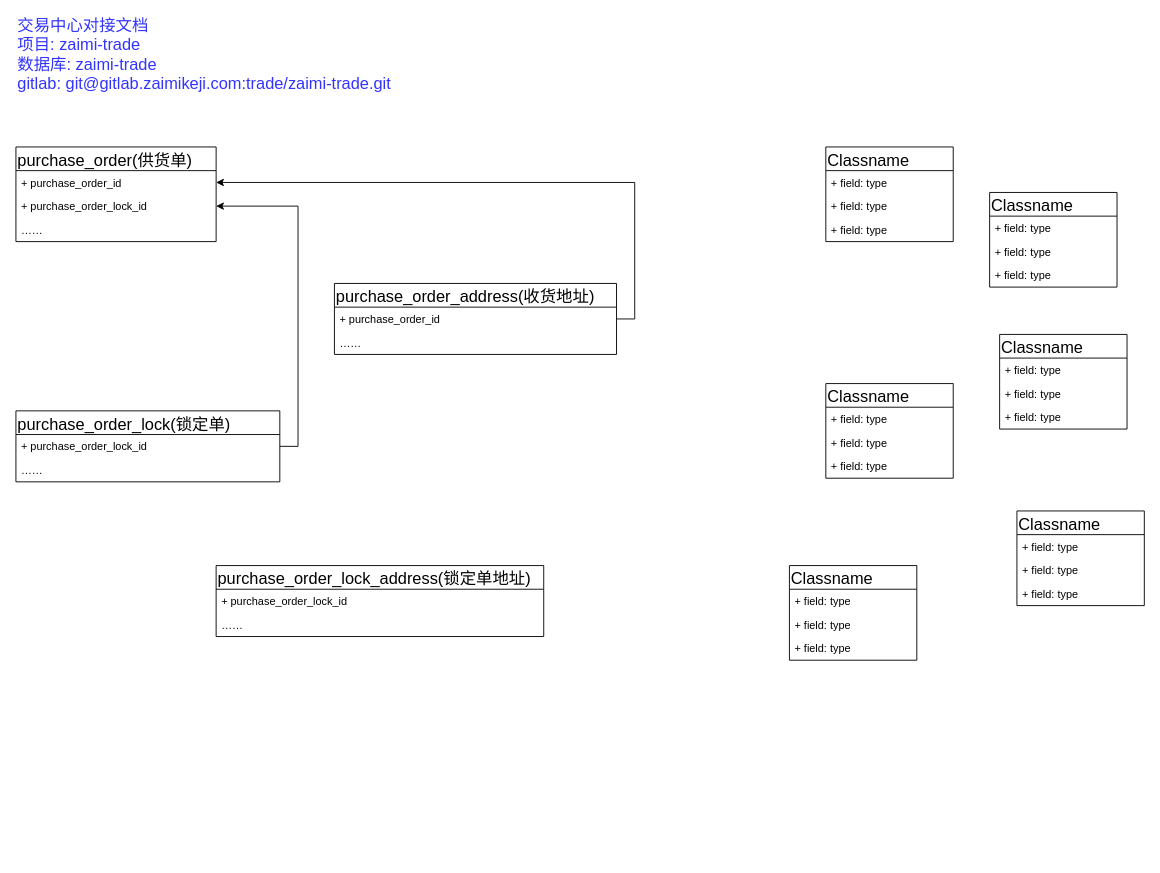
Before: zaimi-trade.drawio in iswear/draw.io, a draw.io diagram. Source tidied: cells renumbered, new cells numbered last; positions are measured from the earlier drawing's top-left corner, leaving out a move shared by most shapes. Both pictures are drawn from the tidied source at 91%, with x=0, y=0 at pixel (15, 56).
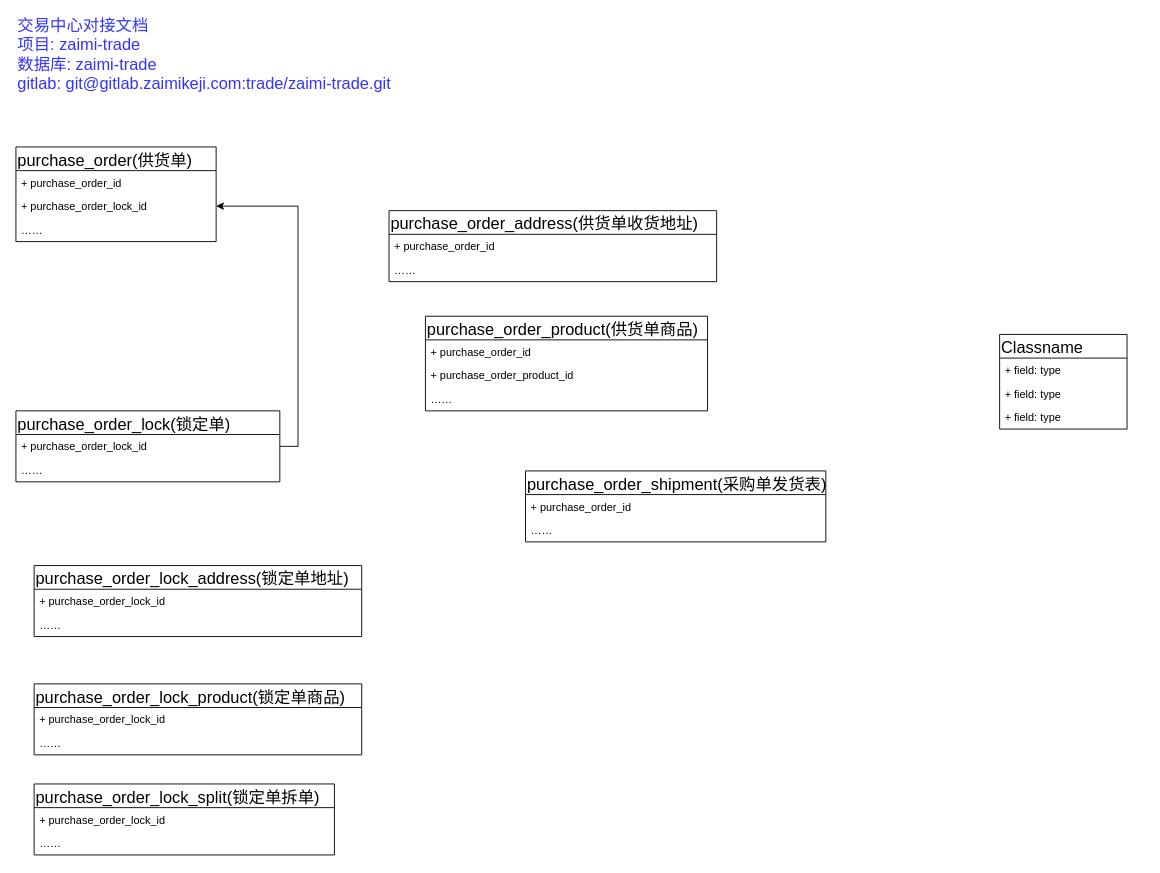
After the change.

Unchanged cells that the change refers to:
```xml
<mxCell id="4" value="+ purchase_order_id" style="text;strokeColor=none;fillColor=none;align=left;verticalAlign=top;spacingLeft=4;spacingRight=4;overflow=hidden;points=[[0,0.5],[1,0.5]];portConstraint=eastwest;" parent="3" vertex="1">
  <mxGeometry y="26" width="220" height="26" as="geometry" />
</mxCell>
```

Change to the diagram source:
```diff
@@
     <mxCell id="7" value="purchase_order_lock_address(锁定单地址)" style="swimlane;fontStyle=0;horizontal=1;startSize=26;fillColor=none;fontSize=18;fontColor=#000000;align=left;" parent="1" vertex="1">
-      <mxGeometry x="220" y="560" width="360" height="78" as="geometry" />
+      <mxGeometry x="20" y="560" width="360" height="78" as="geometry" />
     </mxCell>
@@
-    <mxCell id="10" value="Classname" style="swimlane;fontStyle=0;horizontal=1;startSize=26;fillColor=none;fontSize=18;fontColor=#000000;align=left;" parent="1" vertex="1">
-      <mxGeometry x="890" y="360" width="140" height="104" as="geometry" />
+    <mxCell id="10" value="purchase_order_lock_split(锁定单拆单)" style="swimlane;fontStyle=0;horizontal=1;startSize=26;fillColor=none;fontSize=18;fontColor=#000000;align=left;" parent="1" vertex="1">
+      <mxGeometry x="20" y="800" width="330" height="78" as="geometry" />
     </mxCell>
-    <mxCell id="11" value="+ field: type" style="text;strokeColor=none;fillColor=none;align=left;verticalAlign=top;spacingLeft=4;spacingRight=4;overflow=hidden;" parent="10" vertex="1">
-      <mxGeometry y="26" width="140" height="26" as="geometry" />
+    <mxCell id="11" value="+ purchase_order_lock_id" style="text;strokeColor=none;fillColor=none;align=left;verticalAlign=top;spacingLeft=4;spacingRight=4;overflow=hidden;" parent="10" vertex="1">
+      <mxGeometry y="26" width="330" height="26" as="geometry" />
     </mxCell>
-    <mxCell id="12" value="+ field: type" style="text;strokeColor=none;fillColor=none;align=left;verticalAlign=top;spacingLeft=4;spacingRight=4;overflow=hidden;" parent="10" vertex="1">
-      <mxGeometry y="52" width="140" height="26" as="geometry" />
-    </mxCell>
-    <mxCell id="13" value="+ field: type" style="text;strokeColor=none;fillColor=none;align=left;verticalAlign=top;spacingLeft=4;spacingRight=4;overflow=hidden;" parent="10" vertex="1">
-      <mxGeometry y="78" width="140" height="26" as="geometry" />
-    </mxCell>
+    <mxCell id="42" value="……" style="text;strokeColor=none;fillColor=none;align=left;verticalAlign=top;spacingLeft=4;spacingRight=4;overflow=hidden;" parent="10" vertex="1">
+      <mxGeometry y="52" width="330" height="26" as="geometry" />
+    </mxCell>
-    <mxCell id="14" value="Classname" style="swimlane;fontStyle=0;horizontal=1;startSize=26;fillColor=none;fontSize=18;fontColor=#000000;align=left;" parent="1" vertex="1">
-      <mxGeometry x="1100" y="500" width="140" height="104" as="geometry" />
+    <mxCell id="14" value="purchase_order_address(供货单收货地址)" style="swimlane;fontStyle=0;horizontal=1;startSize=26;fillColor=none;fontSize=18;fontColor=#000000;align=left;" parent="1" vertex="1">
+      <mxGeometry x="410" y="170" width="360" height="78" as="geometry" />
     </mxCell>
-    <mxCell id="15" value="+ field: type" style="text;strokeColor=none;fillColor=none;align=left;verticalAlign=top;spacingLeft=4;spacingRight=4;overflow=hidden;" parent="14" vertex="1">
-      <mxGeometry y="26" width="140" height="26" as="geometry" />
+    <mxCell id="15" value="+ purchase_order_id" style="text;strokeColor=none;fillColor=none;align=left;verticalAlign=top;spacingLeft=4;spacingRight=4;overflow=hidden;" parent="14" vertex="1">
+      <mxGeometry y="26" width="360" height="26" as="geometry" />
     </mxCell>
-    <mxCell id="16" value="+ field: type" style="text;strokeColor=none;fillColor=none;align=left;verticalAlign=top;spacingLeft=4;spacingRight=4;overflow=hidden;" parent="14" vertex="1">
-      <mxGeometry y="52" width="140" height="26" as="geometry" />
+    <mxCell id="16" value="……" style="text;strokeColor=none;fillColor=none;align=left;verticalAlign=top;spacingLeft=4;spacingRight=4;overflow=hidden;" parent="14" vertex="1">
+      <mxGeometry y="52" width="360" height="26" as="geometry" />
     </mxCell>
-    <mxCell id="17" value="+ field: type" style="text;strokeColor=none;fillColor=none;align=left;verticalAlign=top;spacingLeft=4;spacingRight=4;overflow=hidden;" parent="14" vertex="1">
-      <mxGeometry y="78" width="140" height="26" as="geometry" />
-    </mxCell>
-    <mxCell id="18" value="purchase_order_address(收货地址)" style="swimlane;fontStyle=0;horizontal=1;startSize=26;fillColor=none;fontSize=18;fontColor=#000000;align=left;" parent="1" vertex="1">
-      <mxGeometry x="350" y="250" width="310" height="78" as="geometry" />
-    </mxCell>
-    <mxCell id="19" value="+ purchase_order_id" style="text;strokeColor=none;fillColor=none;align=left;verticalAlign=top;spacingLeft=4;spacingRight=4;overflow=hidden;points=[[0,0.5],[1,0.5]];portConstraint=eastwest;" parent="18" vertex="1">
-      <mxGeometry y="26" width="310" height="26" as="geometry" />
-    </mxCell>
-    <mxCell id="20" value="……" style="text;strokeColor=none;fillColor=none;align=left;verticalAlign=top;spacingLeft=4;spacingRight=4;overflow=hidden;" parent="18" vertex="1">
-      <mxGeometry y="52" width="310" height="26" as="geometry" />
-    </mxCell>
-    <mxCell id="21" value="Classname" style="swimlane;fontStyle=0;horizontal=1;startSize=26;fillColor=none;fontSize=18;fontColor=#000000;align=left;" parent="1" vertex="1">
-      <mxGeometry x="890" y="100" width="140" height="104" as="geometry" />
+    <mxCell id="21" value="purchase_order_product(供货单商品)" style="swimlane;fontStyle=0;horizontal=1;startSize=26;fillColor=none;fontSize=18;fontColor=#000000;align=left;" parent="1" vertex="1">
+      <mxGeometry x="450" y="286" width="310" height="104" as="geometry" />
     </mxCell>
-    <mxCell id="22" value="+ field: type" style="text;strokeColor=none;fillColor=none;align=left;verticalAlign=top;spacingLeft=4;spacingRight=4;overflow=hidden;" parent="21" vertex="1">
-      <mxGeometry y="26" width="140" height="26" as="geometry" />
+    <mxCell id="22" value="+ purchase_order_id" style="text;strokeColor=none;fillColor=none;align=left;verticalAlign=top;spacingLeft=4;spacingRight=4;overflow=hidden;" parent="21" vertex="1">
+      <mxGeometry y="26" width="310" height="26" as="geometry" />
     </mxCell>
-    <mxCell id="23" value="+ field: type" style="text;strokeColor=none;fillColor=none;align=left;verticalAlign=top;spacingLeft=4;spacingRight=4;overflow=hidden;" parent="21" vertex="1">
-      <mxGeometry y="52" width="140" height="26" as="geometry" />
-    </mxCell>
-    <mxCell id="24" value="+ field: type" style="text;strokeColor=none;fillColor=none;align=left;verticalAlign=top;spacingLeft=4;spacingRight=4;overflow=hidden;" parent="21" vertex="1">
-      <mxGeometry y="78" width="140" height="26" as="geometry" />
-    </mxCell>
+    <mxCell id="43" value="+ purchase_order_product_id" style="text;strokeColor=none;fillColor=none;align=left;verticalAlign=top;spacingLeft=4;spacingRight=4;overflow=hidden;" parent="21" vertex="1">
+      <mxGeometry y="52" width="310" height="26" as="geometry" />
+    </mxCell>
+    <mxCell id="44" value="……" style="text;strokeColor=none;fillColor=none;align=left;verticalAlign=top;spacingLeft=4;spacingRight=4;overflow=hidden;" parent="21" vertex="1">
+      <mxGeometry y="78" width="310" height="26" as="geometry" />
+    </mxCell>
@@
-    <mxCell id="28" value="Classname" style="swimlane;fontStyle=0;horizontal=1;startSize=26;fillColor=none;fontSize=18;fontColor=#000000;align=left;" parent="1" vertex="1">
-      <mxGeometry x="850" y="560" width="140" height="104" as="geometry" />
+    <mxCell id="28" value="purchase_order_lock_product(锁定单商品)" style="swimlane;fontStyle=0;horizontal=1;startSize=26;fillColor=none;fontSize=18;fontColor=#000000;align=left;" parent="1" vertex="1">
+      <mxGeometry x="20" y="690" width="360" height="78" as="geometry" />
     </mxCell>
-    <mxCell id="29" value="+ field: type" style="text;strokeColor=none;fillColor=none;align=left;verticalAlign=top;spacingLeft=4;spacingRight=4;overflow=hidden;" parent="28" vertex="1">
-      <mxGeometry y="26" width="140" height="26" as="geometry" />
+    <mxCell id="29" value="+ purchase_order_lock_id" style="text;strokeColor=none;fillColor=none;align=left;verticalAlign=top;spacingLeft=4;spacingRight=4;overflow=hidden;" parent="28" vertex="1">
+      <mxGeometry y="26" width="360" height="26" as="geometry" />
     </mxCell>
-    <mxCell id="30" value="+ field: type" style="text;strokeColor=none;fillColor=none;align=left;verticalAlign=top;spacingLeft=4;spacingRight=4;overflow=hidden;" parent="28" vertex="1">
-      <mxGeometry y="52" width="140" height="26" as="geometry" />
-    </mxCell>
-    <mxCell id="31" value="+ field: type" style="text;strokeColor=none;fillColor=none;align=left;verticalAlign=top;spacingLeft=4;spacingRight=4;overflow=hidden;" parent="28" vertex="1">
-      <mxGeometry y="78" width="140" height="26" as="geometry" />
-    </mxCell>
+    <mxCell id="45" value="……" style="text;strokeColor=none;fillColor=none;align=left;verticalAlign=top;spacingLeft=4;spacingRight=4;overflow=hidden;" parent="28" vertex="1">
+      <mxGeometry y="52" width="360" height="26" as="geometry" />
+    </mxCell>
@@
-    <mxCell id="36" value="Classname" style="swimlane;fontStyle=0;horizontal=1;startSize=26;fillColor=none;fontSize=18;fontColor=#000000;align=left;" parent="1" vertex="1">
-      <mxGeometry x="1070" y="150" width="140" height="104" as="geometry" />
+    <mxCell id="36" value="purchase_order_shipment(采购单发货表)" style="swimlane;fontStyle=0;horizontal=1;startSize=26;fillColor=none;fontSize=18;fontColor=#000000;align=left;" parent="1" vertex="1">
+      <mxGeometry x="560" y="456" width="330" height="78" as="geometry" />
     </mxCell>
-    <mxCell id="37" value="+ field: type" style="text;strokeColor=none;fillColor=none;align=left;verticalAlign=top;spacingLeft=4;spacingRight=4;overflow=hidden;" parent="36" vertex="1">
-      <mxGeometry y="26" width="140" height="26" as="geometry" />
+    <mxCell id="37" value="+ purchase_order_id" style="text;strokeColor=none;fillColor=none;align=left;verticalAlign=top;spacingLeft=4;spacingRight=4;overflow=hidden;" parent="36" vertex="1">
+      <mxGeometry y="26" width="330" height="26" as="geometry" />
     </mxCell>
-    <mxCell id="38" value="+ field: type" style="text;strokeColor=none;fillColor=none;align=left;verticalAlign=top;spacingLeft=4;spacingRight=4;overflow=hidden;" parent="36" vertex="1">
-      <mxGeometry y="52" width="140" height="26" as="geometry" />
-    </mxCell>
-    <mxCell id="39" value="+ field: type" style="text;strokeColor=none;fillColor=none;align=left;verticalAlign=top;spacingLeft=4;spacingRight=4;overflow=hidden;" parent="36" vertex="1">
-      <mxGeometry y="78" width="140" height="26" as="geometry" />
-    </mxCell>
-    <mxCell id="40" style="edgeStyle=orthogonalEdgeStyle;rounded=0;jettySize=auto;html=1;exitX=1;exitY=0.5;exitDx=0;exitDy=0;entryX=1;entryY=0.5;entryDx=0;entryDy=0;fontSize=18;fontColor=#000000;" parent="1" edge="1" source="19" target="4">
-      <mxGeometry relative="1" as="geometry" />
-    </mxCell>
+    <mxCell id="46" value="……" style="text;strokeColor=none;fillColor=none;align=left;verticalAlign=top;spacingLeft=4;spacingRight=4;overflow=hidden;" parent="36" vertex="1">
+      <mxGeometry y="52" width="330" height="26" as="geometry" />
+    </mxCell>
```
